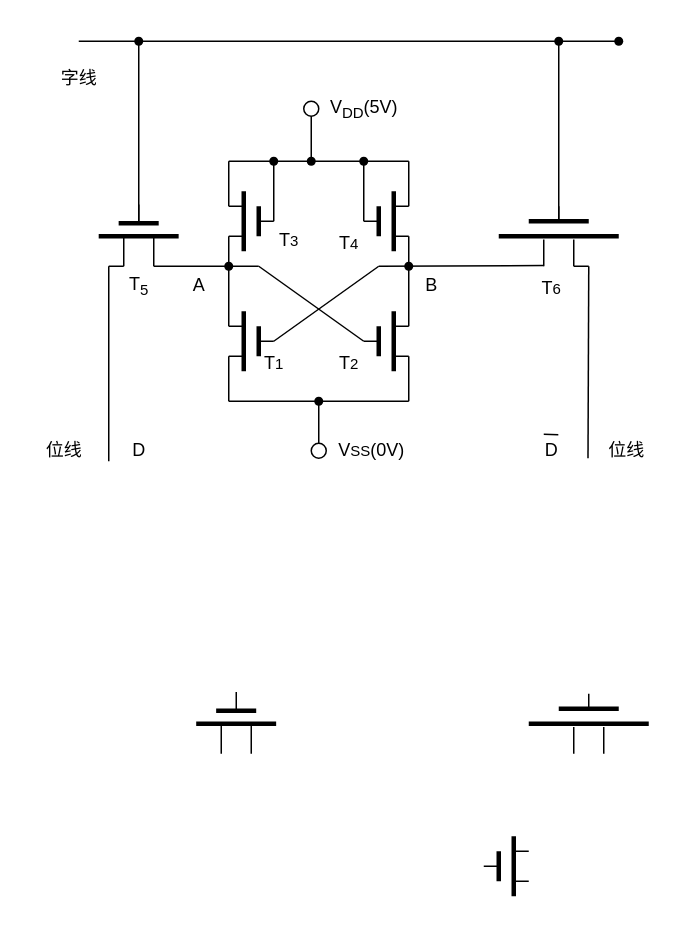
lllwwwooo/draw.io keeps this draw.io diagram as page "4-5" (3 of 6) of directory/第四章.drawio. Above is the earlier version. Source tidied: cells renumbered, new cells numbered last; positions are measured from the earlier drawing's top-left corner, leaving out a move shared by most shapes. Both pictures are drawn from the tidied source at 150%, with x=0, y=0 at pixel (26, 26).
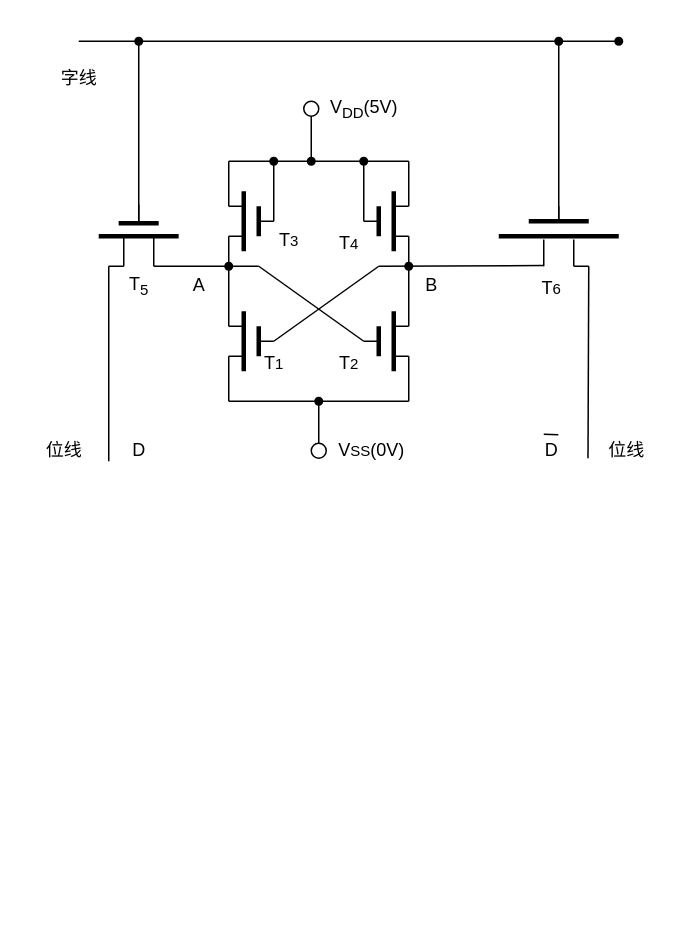
Above is the later version.

The edit, as a diff of the source:
```diff
@@
-    <mxCell id="54" style="group;" parent="1" vertex="1">
-      <mxGeometry x="115" y="430" width="50" height="55" as="geometry" />
-    </mxCell>
-    <mxCell id="55" style="group;rotation=-90;" parent="54" vertex="1">
-      <mxGeometry x="5" y="-5" width="40" height="50" as="geometry" />
-    </mxCell>
-    <mxCell id="56" style="group;rotation=-90;" parent="55" vertex="1">
-      <mxGeometry x="13.3" y="12.5" width="13.3" height="50" as="geometry" />
-    </mxCell>
-    <mxCell id="57" style="endArrow=none;html=1;rounded=0;strokeWidth=3;" parent="56" edge="1">
-      <mxGeometry relative="1" as="geometry">
-        <mxPoint x="33.3" y="27.5" as="sourcePoint" />
-        <mxPoint x="-20" y="27.5" as="targetPoint" />
-      </mxGeometry>
-    </mxCell>
-    <mxCell id="58" style="endArrow=none;html=1;rounded=0;strokeWidth=3;" parent="56" edge="1">
-      <mxGeometry relative="1" as="geometry">
-        <mxPoint x="20" y="18.8" as="sourcePoint" />
-        <mxPoint x="-6.7" y="18.8" as="targetPoint" />
-      </mxGeometry>
-    </mxCell>
-    <mxCell id="59" style="endArrow=none;html=1;rounded=0;" parent="55" edge="1">
-      <mxGeometry relative="1" as="geometry">
-        <mxPoint x="20" y="31.2" as="sourcePoint" />
-        <mxPoint x="20" y="18.8" as="targetPoint" />
-      </mxGeometry>
-    </mxCell>
-    <mxCell id="60" style="endArrow=none;html=1;rounded=0;" parent="54" edge="1">
-      <mxGeometry relative="1" as="geometry">
-        <mxPoint x="15" y="55" as="sourcePoint" />
-        <mxPoint x="15" y="35" as="targetPoint" />
-      </mxGeometry>
-    </mxCell>
-    <mxCell id="61" style="endArrow=none;html=1;rounded=0;" parent="54" edge="1">
-      <mxGeometry relative="1" as="geometry">
-        <mxPoint x="35" y="55" as="sourcePoint" />
-        <mxPoint x="35" y="35" as="targetPoint" />
-      </mxGeometry>
-    </mxCell>
-    <mxCell id="62" style="group;rotation=-180;" parent="1" vertex="1">
-      <mxGeometry x="305" y="540" width="30" height="40" as="geometry" />
-    </mxCell>
-    <mxCell id="63" style="group;rotation=-180;" parent="62" vertex="1">
-      <mxGeometry x="10" width="10" height="40" as="geometry" />
-    </mxCell>
-    <mxCell id="64" style="endArrow=none;html=1;rounded=0;strokeWidth=3;" parent="63" edge="1">
-      <mxGeometry relative="1" as="geometry">
-        <mxPoint x="10" as="sourcePoint" />
-        <mxPoint x="10" y="40" as="targetPoint" />
-      </mxGeometry>
-    </mxCell>
-    <mxCell id="65" style="endArrow=none;html=1;rounded=0;strokeWidth=3;" parent="63" edge="1">
-      <mxGeometry relative="1" as="geometry">
-        <mxPoint y="10" as="sourcePoint" />
-        <mxPoint y="30" as="targetPoint" />
-      </mxGeometry>
-    </mxCell>
-    <mxCell id="66" style="endArrow=none;html=1;rounded=0;" parent="62" edge="1">
-      <mxGeometry relative="1" as="geometry">
-        <mxPoint x="10" y="20" as="sourcePoint" />
-        <mxPoint y="20" as="targetPoint" />
-      </mxGeometry>
-    </mxCell>
-    <mxCell id="67" style="endArrow=none;html=1;rounded=0;" parent="62" edge="1">
-      <mxGeometry relative="1" as="geometry">
-        <mxPoint x="20" y="10" as="sourcePoint" />
-        <mxPoint x="30" y="10" as="targetPoint" />
-      </mxGeometry>
-    </mxCell>
-    <mxCell id="68" style="endArrow=none;html=1;rounded=0;" parent="62" edge="1">
-      <mxGeometry relative="1" as="geometry">
-        <mxPoint x="30" y="30" as="sourcePoint" />
-        <mxPoint x="20" y="30" as="targetPoint" />
-      </mxGeometry>
-    </mxCell>
@@
-    <mxCell id="78" style="group;" parent="1" vertex="1">
-      <mxGeometry x="335" y="445" width="80" height="40" as="geometry" />
-    </mxCell>
-    <mxCell id="79" style="endArrow=none;html=1;rounded=0;strokeWidth=3;" parent="78" edge="1">
-      <mxGeometry relative="1" as="geometry">
-        <mxPoint x="80" y="20" as="sourcePoint" />
-        <mxPoint y="20" as="targetPoint" />
-      </mxGeometry>
-    </mxCell>
-    <mxCell id="80" style="endArrow=none;html=1;rounded=0;strokeWidth=3;" parent="78" edge="1">
-      <mxGeometry relative="1" as="geometry">
-        <mxPoint x="60" y="10" as="sourcePoint" />
-        <mxPoint x="20" y="10" as="targetPoint" />
-      </mxGeometry>
-    </mxCell>
-    <mxCell id="81" style="endArrow=none;html=1;rounded=0;" parent="78" edge="1">
-      <mxGeometry relative="1" as="geometry">
-        <mxPoint x="40" y="10" as="sourcePoint" />
-        <mxPoint x="40" as="targetPoint" />
-      </mxGeometry>
-    </mxCell>
-    <mxCell id="82" style="endArrow=none;html=1;rounded=0;" parent="78" edge="1">
-      <mxGeometry relative="1" as="geometry">
-        <mxPoint x="30" y="40" as="sourcePoint" />
-        <mxPoint x="30" y="22.2" as="targetPoint" />
-      </mxGeometry>
-    </mxCell>
-    <mxCell id="83" style="endArrow=none;html=1;rounded=0;" parent="78" edge="1">
-      <mxGeometry relative="1" as="geometry">
-        <mxPoint x="50" y="40" as="sourcePoint" />
-        <mxPoint x="50" y="22.2" as="targetPoint" />
-      </mxGeometry>
-    </mxCell>
```
